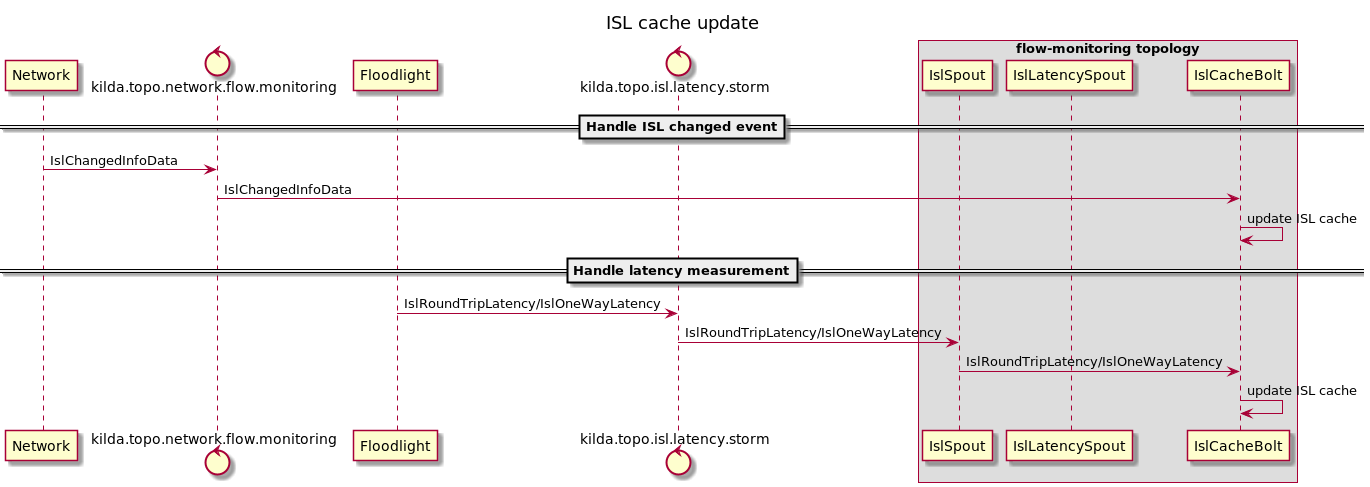
The PlantUML diagram docs/design/flow-monitoring/isl-cache-update.png in telstra/open-kilda, before a commit.
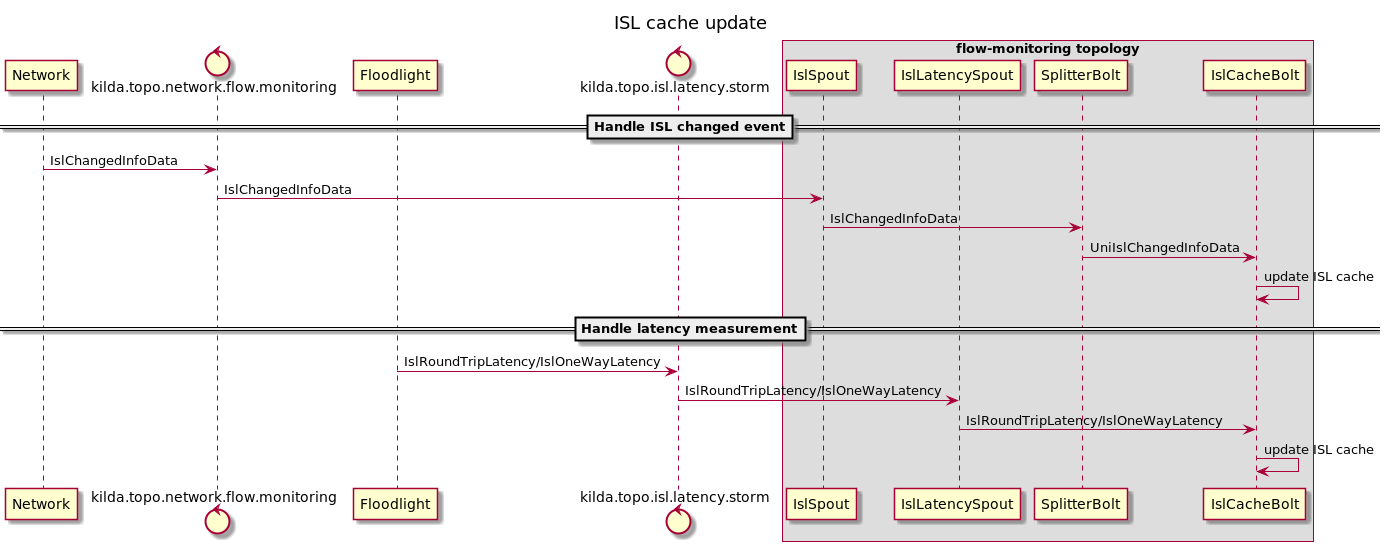
The same file after the commit.

Commit message:
Update flow-monitoring documentation

The edit, as a diff of the source:
```diff
@@ -8,17 +8,20 @@
 box flow-monitoring topology
 participant IslSpout
 participant IslLatencySpout
+participant SplitterBolt
 participant IslCacheBolt
 end box
 
 ==Handle ISL changed event==
 Network -> kilda.topo.network.flow.monitoring : IslChangedInfoData
-kilda.topo.network.flow.monitoring -> IslCacheBolt : IslChangedInfoData
+kilda.topo.network.flow.monitoring -> IslSpout : IslChangedInfoData
+IslSpout -> SplitterBolt : IslChangedInfoData
+SplitterBolt -> IslCacheBolt : UniIslChangedInfoData
 IslCacheBolt -> IslCacheBolt : update ISL cache
 ==Handle latency measurement==
 Floodlight -> kilda.topo.isl.latency.storm : IslRoundTripLatency/IslOneWayLatency
-kilda.topo.isl.latency.storm -> IslSpout : IslRoundTripLatency/IslOneWayLatency
-IslSpout -> IslCacheBolt : IslRoundTripLatency/IslOneWayLatency
+kilda.topo.isl.latency.storm -> IslLatencySpout : IslRoundTripLatency/IslOneWayLatency
+IslLatencySpout -> IslCacheBolt : IslRoundTripLatency/IslOneWayLatency
 IslCacheBolt -> IslCacheBolt : update ISL cache
 
 @enduml
```
